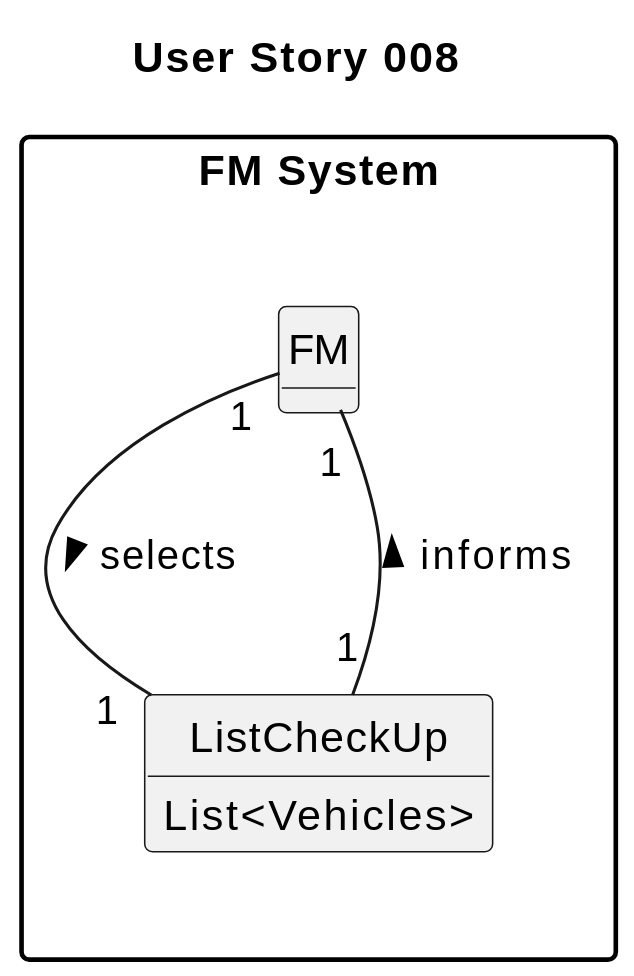
This is docs/sprintA/us008/02.analysis/svg/us008-domain-model-User_Story_008.svg from SAEmanuel/Green_Spaces_Management_ISEP, a PlantUML export, as it was before one commit.
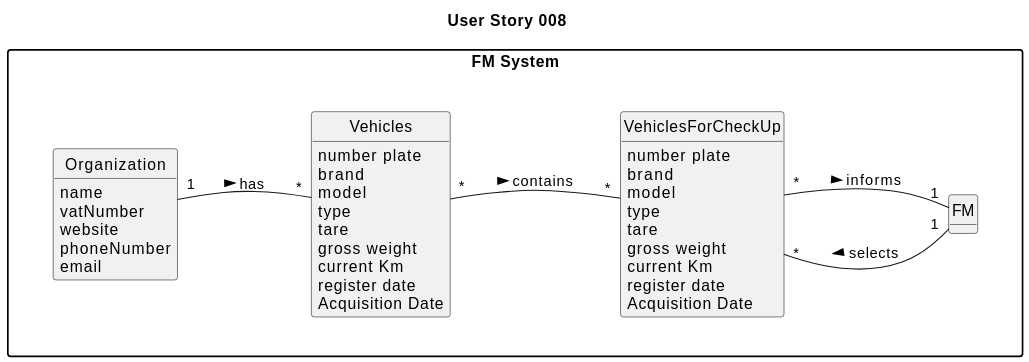
Later version of the same file.

Commit message:
US008 - Domain Model v4

The edit, as a diff of the source:
```diff
@@ -3,7 +3,6 @@
 skinparam packageStyle rectangle
 skinparam shadowing false
 
-left to right direction
 
 skinparam classAttributeIconSize 0
 
@@ -13,15 +12,49 @@
 
 title User Story 008
 
-class ListCheckUp {
-    List<Vehicles>
+class VehiclesForCheckUp {
+number plate
+brand
+model
+type
+tare
+gross weight
+current Km
+register date
+Acquisition Date
+Maintenance/Checkup Frequency (in Kms)
+
+
 }
 
 class FM {
 }
 
+class Vehicles {
+number plate
+brand
+model
+type
+tare
+gross weight
+current Km
+register date
+Acquisition Date
+Maintenance/Checkup Frequency (in Kms)
+}
+
+class Organization {
+name
+vatNumber
+website
+phoneNumber
+email
+}
 
 
-ListCheckUp "1" - "1 " FM: informs >
-FM "1" - "1" ListCheckUp: selects >
+
+Organization "1" - "*" Vehicles: has >
+Vehicles "*"- "*" VehiclesForCheckUp: contains >
+VehiclesForCheckUp "*" - "1" FM : informs >
+FM "1" -- "*" VehiclesForCheckUp: selects >
 @enduml
```
